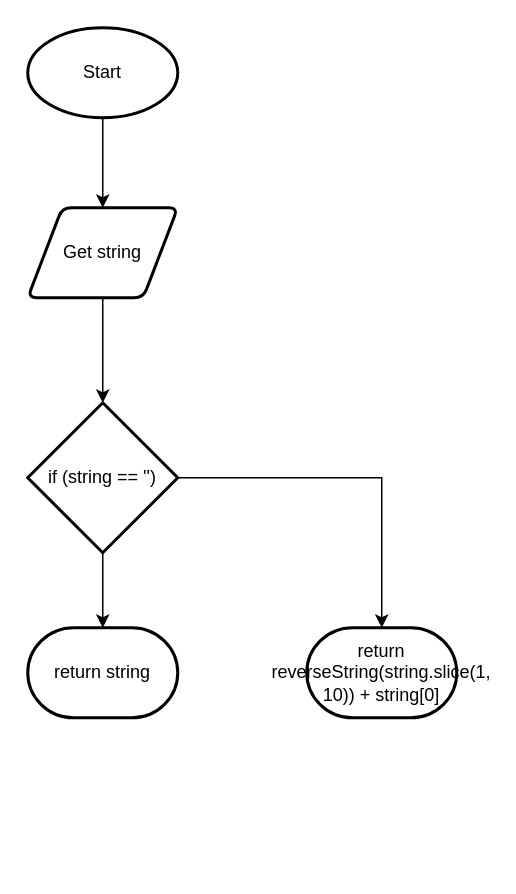
Above: design/index.drawio in michael-clermont1/ics4u-unit3-01-typescript (draw.io), before the change. Source tidied: cells renumbered, new cells numbered last; positions are measured from the earlier drawing's top-left corner, leaving out a move shared by most shapes. Both pictures are drawn from the tidied source at 150%, with x=0, y=0 at pixel (27, 27).
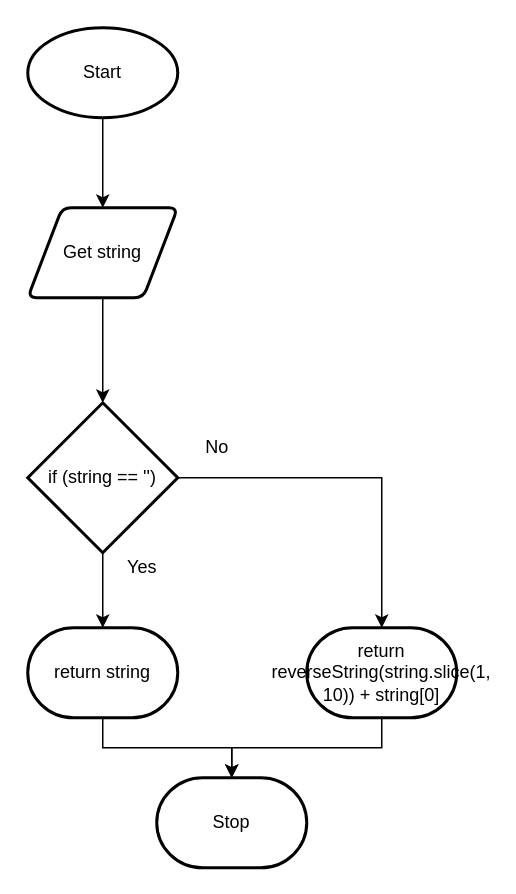
The same page after the edit.

The edit, as a diff of the source:
```diff
@@
 <mxGraphModel>
   <root>
     <mxCell id="0" />
     <mxCell id="1" parent="0" />
     <mxCell id="2" style="edgeStyle=orthogonalEdgeStyle;rounded=0;html=1;entryX=0.5;entryY=0;entryDx=0;entryDy=0;" parent="1" edge="1" source="3" target="5">
       <mxGeometry relative="1" as="geometry" />
     </mxCell>
     <mxCell id="3" value="Start" style="strokeWidth=2;html=1;shape=mxgraph.flowchart.start_1;whiteSpace=wrap;" parent="1" vertex="1">
       <mxGeometry width="100" height="60" as="geometry" />
     </mxCell>
     <mxCell id="4" style="edgeStyle=orthogonalEdgeStyle;rounded=0;html=1;" parent="1" edge="1" source="5" target="8">
       <mxGeometry relative="1" as="geometry" />
     </mxCell>
     <mxCell id="5" value="Get string" style="shape=parallelogram;html=1;strokeWidth=2;perimeter=parallelogramPerimeter;whiteSpace=wrap;rounded=1;arcSize=12;size=0.23;" parent="1" vertex="1">
       <mxGeometry y="120" width="100" height="60" as="geometry" />
     </mxCell>
     <mxCell id="6" style="edgeStyle=orthogonalEdgeStyle;html=1;exitX=0.5;exitY=1;exitDx=0;exitDy=0;exitPerimeter=0;entryX=0.5;entryY=0;entryDx=0;entryDy=0;entryPerimeter=0;rounded=0;" parent="1" edge="1" source="8" target="9">
       <mxGeometry relative="1" as="geometry" />
     </mxCell>
     <mxCell id="7" style="edgeStyle=orthogonalEdgeStyle;rounded=0;html=1;entryX=0.5;entryY=0;entryDx=0;entryDy=0;entryPerimeter=0;" parent="1" edge="1" source="8" target="10">
       <mxGeometry relative="1" as="geometry" />
     </mxCell>
     <mxCell id="8" value="if (string == '')" style="strokeWidth=2;html=1;shape=mxgraph.flowchart.decision;whiteSpace=wrap;" parent="1" vertex="1">
       <mxGeometry y="250" width="100" height="100" as="geometry" />
     </mxCell>
+    <mxCell id="11" style="edgeStyle=orthogonalEdgeStyle;rounded=0;html=1;entryX=0.5;entryY=0;entryDx=0;entryDy=0;entryPerimeter=0;" parent="1" edge="1" source="9" target="13">
+      <mxGeometry relative="1" as="geometry" />
+    </mxCell>
     <mxCell id="9" value="return string" style="strokeWidth=2;html=1;shape=mxgraph.flowchart.terminator;whiteSpace=wrap;" parent="1" vertex="1">
       <mxGeometry y="400" width="100" height="60" as="geometry" />
     </mxCell>
+    <mxCell id="12" style="edgeStyle=orthogonalEdgeStyle;rounded=0;html=1;entryX=0.5;entryY=0;entryDx=0;entryDy=0;entryPerimeter=0;" parent="1" edge="1" source="10" target="13">
+      <mxGeometry relative="1" as="geometry" />
+    </mxCell>
     <mxCell id="10" value="return reverseString(string.slice(1, 10)) + string[0]" style="strokeWidth=2;html=1;shape=mxgraph.flowchart.terminator;whiteSpace=wrap;" parent="1" vertex="1">
       <mxGeometry x="186" y="400" width="100" height="60" as="geometry" />
     </mxCell>
+    <mxCell id="13" value="Stop" style="strokeWidth=2;html=1;shape=mxgraph.flowchart.terminator;whiteSpace=wrap;" parent="1" vertex="1">
+      <mxGeometry x="86" y="500" width="100" height="60" as="geometry" />
+    </mxCell>
+    <mxCell id="14" value="Yes" style="text;html=1;align=center;verticalAlign=middle;strokeColor=none;fillColor=none;" parent="1" vertex="1">
+      <mxGeometry x="56" y="350" width="40" height="20" as="geometry" />
+    </mxCell>
+    <mxCell id="15" value="No" style="text;html=1;align=center;verticalAlign=middle;strokeColor=none;fillColor=none;" parent="1" vertex="1">
+      <mxGeometry x="111" y="270" width="30" height="20" as="geometry" />
+    </mxCell>
   </root>
 </mxGraphModel>
```
